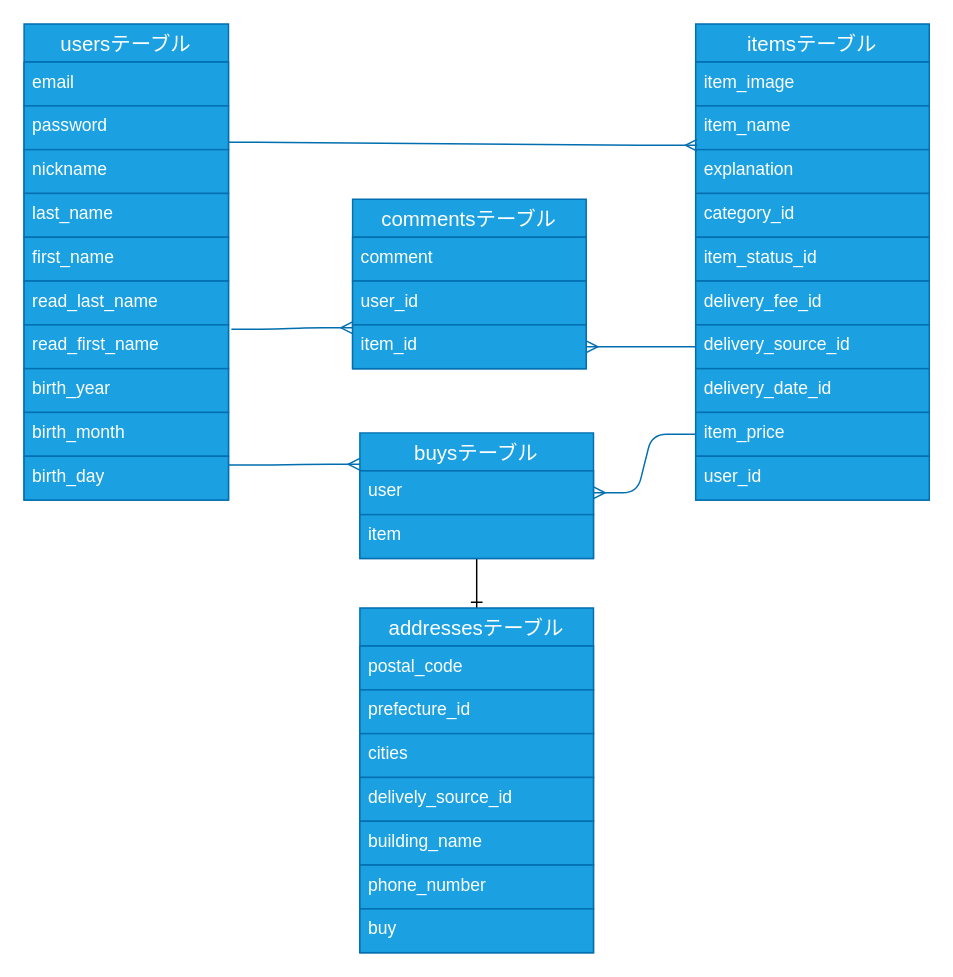
This is db.dio from shingo04/furima-33965, a draw.io file, before an edit. Source tidied: cells renumbered, new cells numbered last; positions are measured from the earlier drawing's top-left corner, leaving out a move shared by most shapes. Both pictures are drawn from the tidied source at 146%, with x=0, y=0 at pixel (23, 23).
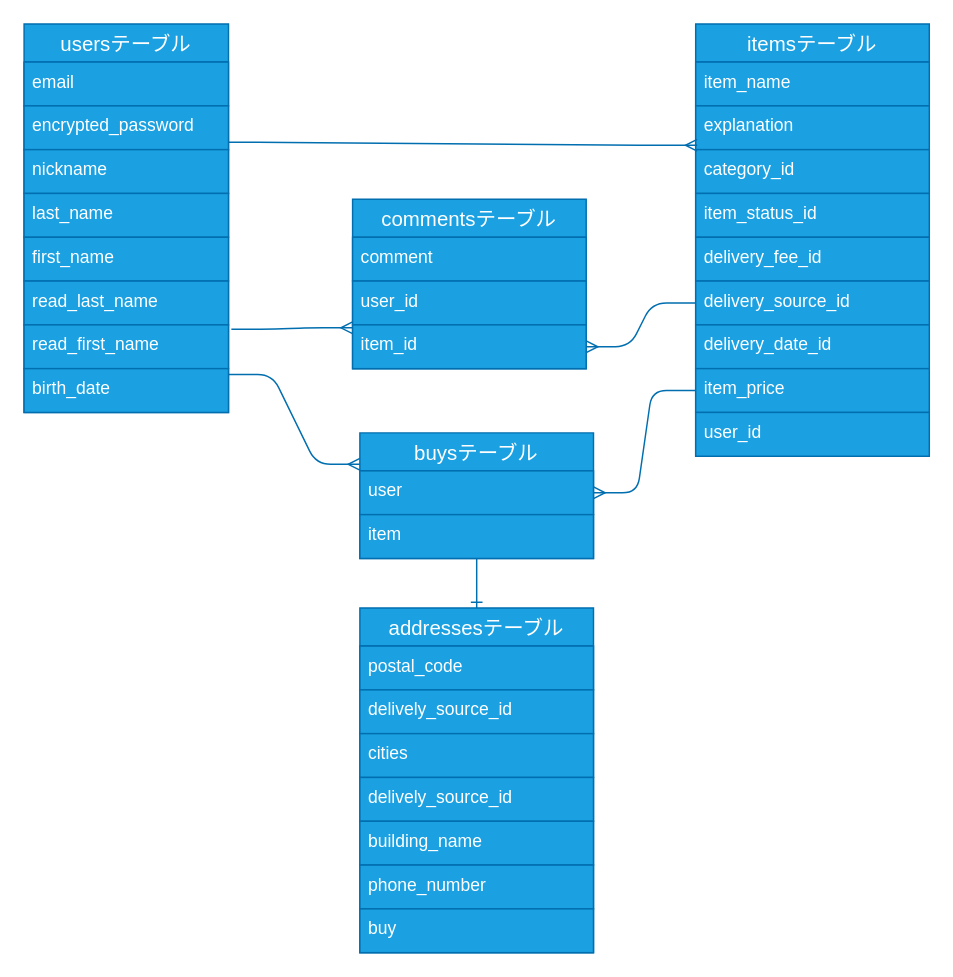
After the change.

Unchanged cells that the change refers to:
```xml
<mxCell id="32" value="buysテーブル" style="swimlane;fontStyle=0;horizontal=1;startSize=26;align=center;fontSize=14;fillColor=#1ba1e2;strokeColor=#006EAF;fontColor=#ffffff;" parent="1" vertex="1">
  <mxGeometry x="230" y="280" width="160" height="86" as="geometry" />
</mxCell>
<mxCell id="35" value="addressesテーブル" style="swimlane;fontStyle=0;horizontal=1;startSize=26;align=center;fontSize=14;fillColor=#1ba1e2;strokeColor=#006EAF;fontColor=#ffffff;" parent="1" vertex="1">
  <mxGeometry x="230" y="400" width="160" height="236" as="geometry" />
</mxCell>
```

Change to the diagram source:
```diff
@@
     <mxCell id="2" value="usersテーブル" style="swimlane;fontStyle=0;horizontal=1;startSize=26;align=center;fontSize=14;fillColor=#1ba1e2;strokeColor=#006EAF;fontColor=#ffffff;" parent="1" vertex="1">
-      <mxGeometry width="140" height="326" as="geometry" />
+      <mxGeometry width="140" height="266" as="geometry" />
     </mxCell>
@@
-    <mxCell id="4" value="password" style="text;strokeColor=#006EAF;fillColor=#1ba1e2;spacingLeft=4;spacingRight=4;overflow=hidden;points=[[0,0.5],[1,0.5]];portConstraint=eastwest;fontSize=12;fontColor=#ffffff;" parent="2" vertex="1">
+    <mxCell id="4" value="encrypted_password" style="text;strokeColor=#006EAF;fillColor=#1ba1e2;spacingLeft=4;spacingRight=4;overflow=hidden;points=[[0,0.5],[1,0.5]];portConstraint=eastwest;fontSize=12;fontColor=#ffffff;" parent="2" vertex="1">
       <mxGeometry y="56" width="140" height="30" as="geometry" />
     </mxCell>
@@
-    <mxCell id="10" value="birth_year" style="text;strokeColor=#006EAF;fillColor=#1ba1e2;spacingLeft=4;spacingRight=4;overflow=hidden;fontSize=12;fontColor=#ffffff;" parent="2" vertex="1">
-      <mxGeometry y="236" width="140" height="30" as="geometry" />
-    </mxCell>
-    <mxCell id="11" value="birth_month" style="text;strokeColor=#006EAF;fillColor=#1ba1e2;spacingLeft=4;spacingRight=4;overflow=hidden;fontSize=12;fontColor=#ffffff;" parent="2" vertex="1">
-      <mxGeometry y="266" width="140" height="30" as="geometry" />
-    </mxCell>
-    <mxCell id="12" value="birth_day" style="text;strokeColor=#006EAF;fillColor=#1ba1e2;spacingLeft=4;spacingRight=4;overflow=hidden;fontSize=12;fontColor=#ffffff;" parent="2" vertex="1">
-      <mxGeometry y="296" width="140" height="30" as="geometry" />
+    <mxCell id="12" value="birth_date" style="text;strokeColor=#006EAF;fillColor=#1ba1e2;spacingLeft=4;spacingRight=4;overflow=hidden;fontSize=12;fontColor=#ffffff;" parent="2" vertex="1">
+      <mxGeometry y="236" width="140" height="30" as="geometry" />
     </mxCell>
     <mxCell id="13" value="itemsテーブル" style="swimlane;fontStyle=0;horizontal=1;startSize=26;align=center;fontSize=14;fillColor=#1ba1e2;strokeColor=#006EAF;fontColor=#ffffff;" parent="1" vertex="1">
-      <mxGeometry x="460" width="160" height="326" as="geometry" />
+      <mxGeometry x="460" width="160" height="296" as="geometry" />
     </mxCell>
-    <mxCell id="14" value="item_image" style="text;strokeColor=#006EAF;fillColor=#1ba1e2;spacingLeft=4;spacingRight=4;overflow=hidden;fontSize=12;fontColor=#ffffff;" parent="13" vertex="1">
-      <mxGeometry y="26" width="160" height="30" as="geometry" />
-    </mxCell>
     <mxCell id="15" value="item_name" style="text;strokeColor=#006EAF;fillColor=#1ba1e2;spacingLeft=4;spacingRight=4;overflow=hidden;fontSize=12;fontColor=#ffffff;" parent="13" vertex="1">
-      <mxGeometry y="56" width="160" height="30" as="geometry" />
+      <mxGeometry y="26" width="160" height="30" as="geometry" />
     </mxCell>
     <mxCell id="16" value="explanation" style="text;strokeColor=#006EAF;fillColor=#1ba1e2;spacingLeft=4;spacingRight=4;overflow=hidden;fontSize=12;fontColor=#ffffff;" parent="13" vertex="1">
-      <mxGeometry y="86" width="160" height="30" as="geometry" />
+      <mxGeometry y="56" width="160" height="30" as="geometry" />
     </mxCell>
     <mxCell id="17" value="category_id" style="text;strokeColor=#006EAF;fillColor=#1ba1e2;spacingLeft=4;spacingRight=4;overflow=hidden;fontSize=12;fontColor=#ffffff;" parent="13" vertex="1">
-      <mxGeometry y="116" width="160" height="30" as="geometry" />
+      <mxGeometry y="86" width="160" height="30" as="geometry" />
     </mxCell>
     <mxCell id="18" value="item_status_id" style="text;strokeColor=#006EAF;fillColor=#1ba1e2;spacingLeft=4;spacingRight=4;overflow=hidden;fontSize=12;fontColor=#ffffff;" parent="13" vertex="1">
-      <mxGeometry y="146" width="160" height="30" as="geometry" />
+      <mxGeometry y="116" width="160" height="30" as="geometry" />
     </mxCell>
     <mxCell id="19" value="delivery_fee_id" style="text;strokeColor=#006EAF;fillColor=#1ba1e2;spacingLeft=4;spacingRight=4;overflow=hidden;fontSize=12;fontColor=#ffffff;" parent="13" vertex="1">
-      <mxGeometry y="176" width="160" height="30" as="geometry" />
+      <mxGeometry y="146" width="160" height="30" as="geometry" />
     </mxCell>
     <mxCell id="20" value="delivery_source_id" style="text;strokeColor=#006EAF;fillColor=#1ba1e2;spacingLeft=4;spacingRight=4;overflow=hidden;points=[[0,0.5],[1,0.5]];portConstraint=eastwest;fontSize=12;fontColor=#ffffff;" parent="13" vertex="1">
-      <mxGeometry y="206" width="160" height="30" as="geometry" />
+      <mxGeometry y="176" width="160" height="30" as="geometry" />
     </mxCell>
     <mxCell id="21" value="delivery_date_id" style="text;strokeColor=#006EAF;fillColor=#1ba1e2;spacingLeft=4;spacingRight=4;overflow=hidden;fontSize=12;fontColor=#ffffff;" parent="13" vertex="1">
-      <mxGeometry y="236" width="160" height="30" as="geometry" />
+      <mxGeometry y="206" width="160" height="30" as="geometry" />
     </mxCell>
     <mxCell id="22" value="item_price" style="text;strokeColor=#006EAF;fillColor=#1ba1e2;spacingLeft=4;spacingRight=4;overflow=hidden;points=[[0,0.5],[1,0.5]];portConstraint=eastwest;fontSize=12;fontColor=#ffffff;" parent="13" vertex="1">
-      <mxGeometry y="266" width="160" height="30" as="geometry" />
+      <mxGeometry y="236" width="160" height="30" as="geometry" />
     </mxCell>
     <mxCell id="23" value="user_id" style="text;strokeColor=#006EAF;fillColor=#1ba1e2;spacingLeft=4;spacingRight=4;overflow=hidden;fontSize=12;fontColor=#ffffff;" parent="13" vertex="1">
-      <mxGeometry y="296" width="160" height="30" as="geometry" />
+      <mxGeometry y="266" width="160" height="30" as="geometry" />
     </mxCell>
@@
-    <mxCell id="31" style="edgeStyle=none;rounded=0;jumpSize=7;jettySize=auto;html=1;exitX=0.5;exitY=1;exitDx=0;exitDy=0;entryX=0.5;entryY=0;entryDx=0;entryDy=0;startSize=6;sourcePerimeterSpacing=16;endArrow=ERone;endFill=0;targetPerimeterSpacing=16;" parent="1" edge="1" source="32" target="35">
+    <mxCell id="31" style="edgeStyle=none;rounded=0;jumpSize=7;jettySize=auto;html=1;exitX=0.5;exitY=1;exitDx=0;exitDy=0;entryX=0.5;entryY=0;entryDx=0;entryDy=0;startSize=6;sourcePerimeterSpacing=16;endArrow=ERone;endFill=0;targetPerimeterSpacing=16;fillColor=#1ba1e2;strokeColor=#006EAF;" parent="1" edge="1" source="32" target="35">
       <mxGeometry relative="1" as="geometry" />
     </mxCell>
@@
-    <mxCell id="37" value="prefecture_id" style="text;strokeColor=#006EAF;fillColor=#1ba1e2;spacingLeft=4;spacingRight=4;overflow=hidden;fontSize=12;fontColor=#ffffff;" parent="35" vertex="1">
+    <mxCell id="37" value="delively_source_id" style="text;strokeColor=#006EAF;fillColor=#1ba1e2;spacingLeft=4;spacingRight=4;overflow=hidden;fontSize=12;fontColor=#ffffff;" parent="35" vertex="1">
       <mxGeometry y="56" width="160" height="30" as="geometry" />
     </mxCell>
@@
     <mxCell id="43" style="edgeStyle=entityRelationEdgeStyle;fontSize=12;html=1;endArrow=ERmany;entryX=0;entryY=0.25;entryDx=0;entryDy=0;fillColor=#1ba1e2;strokeColor=#006EAF;" parent="1" edge="1" target="32">
       <mxGeometry relative="1" as="geometry">
-        <mxPoint x="140" y="302" as="sourcePoint" />
+        <mxPoint x="140" y="240" as="sourcePoint" />
       </mxGeometry>
     </mxCell>
```
